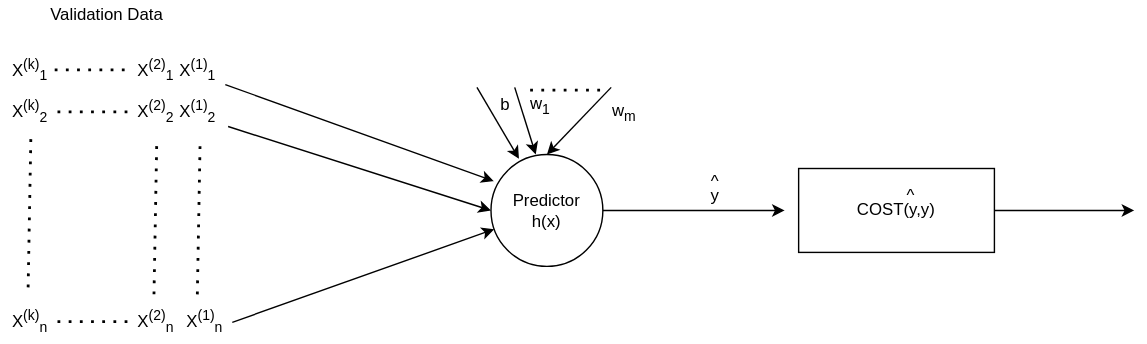
This is assets/images/supervised/validation-network.svg from ronen567/just-the-docs, a draw.io export, as it was before one commit. Source tidied: cells renumbered, new cells last; positions are measured from the earlier drawing's top-left corner, leaving out a move shared by most shapes.
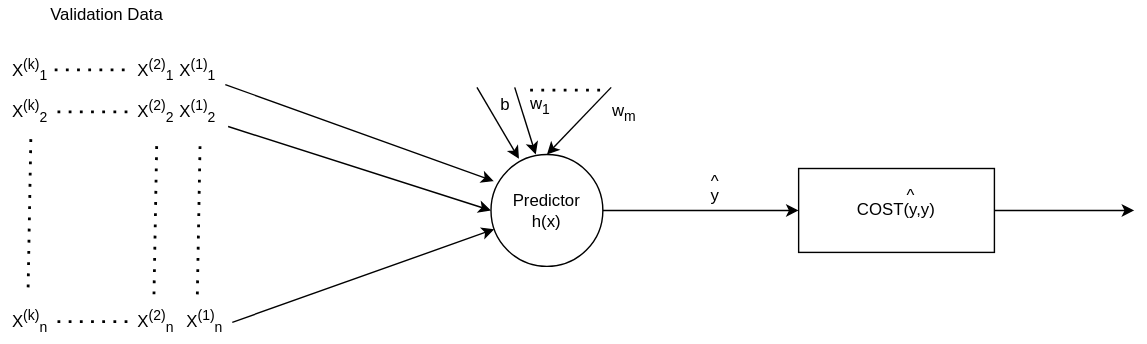
Above is the later version.

Diff of the diagram source:
```diff
@@ -97,10 +97,8 @@
     <mxCell id="27" value="^" style="text;html=1;align=center;verticalAlign=middle;" parent="1" vertex="1">
       <mxGeometry x="500" y="120" width="20" height="20" as="geometry" />
     </mxCell>
-    <mxCell id="28" style="endArrow=classic;html=1;exitX=1;exitY=0.5;exitDx=0;exitDy=0;" parent="1" edge="1" source="2">
-      <mxGeometry relative="1" as="geometry">
-        <mxPoint x="560" y="150" as="targetPoint" />
-      </mxGeometry>
+    <mxCell id="28" style="endArrow=classic;html=1;exitX=1;exitY=0.5;exitDx=0;exitDy=0;entryX=0;entryY=0.5;entryDx=0;entryDy=0;" parent="1" edge="1" source="2" target="25">
+      <mxGeometry relative="1" as="geometry" />
     </mxCell>
     <mxCell id="29" value="^" style="text;html=1;align=center;verticalAlign=middle;" parent="1" vertex="1">
       <mxGeometry x="640" y="130" width="20" height="20" as="geometry" />
```
